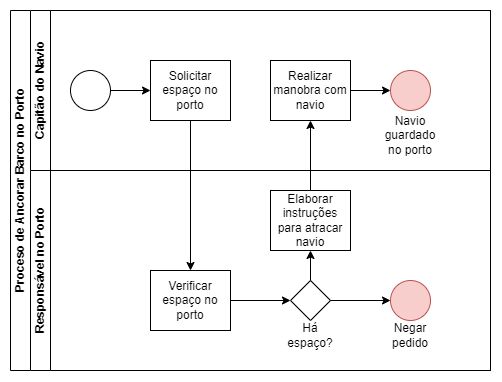
Before: Midia Externa/navio.png, a diagram exported from draw.io (gui1080/TCC_ProjetoCalliandra). Source tidied: cells renumbered, new cells last; positions are measured from the earlier drawing's top-left corner, leaving out a move shared by most shapes.
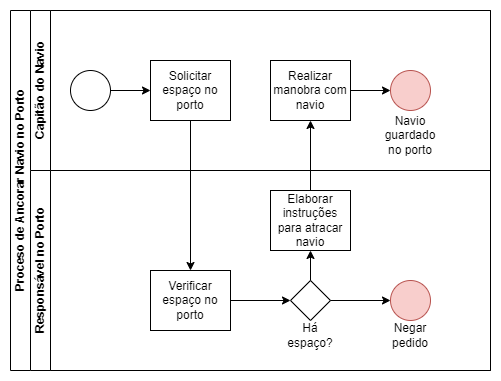
The same file after the commit.

What changed in the source:
```diff
@@ -2,7 +2,7 @@
   <root>
     <mxCell id="0" />
     <mxCell id="1" parent="0" />
-    <mxCell id="2" value="Proceso de Ancorar Barco no Porto" style="swimlane;html=1;horizontal=0;startSize=20;" parent="1" vertex="1">
+    <mxCell id="2" value="Proceso de Ancorar Navio no Porto" style="swimlane;html=1;horizontal=0;startSize=20;" parent="1" vertex="1">
       <mxGeometry width="480" height="360" as="geometry" />
     </mxCell>
     <mxCell id="3" value="Capitão do Navio" style="swimlane;html=1;startSize=20;horizontal=0;" parent="2" vertex="1">
```
